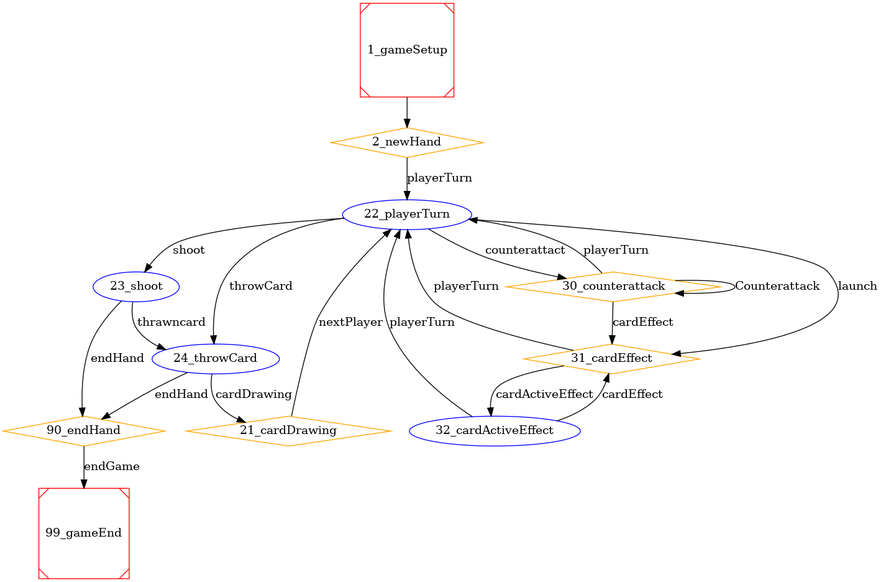
Above: graph.png in Leocheung0725/bga-aniversus (Graphviz), before the change. Its source is kept beside it as graph.dot.
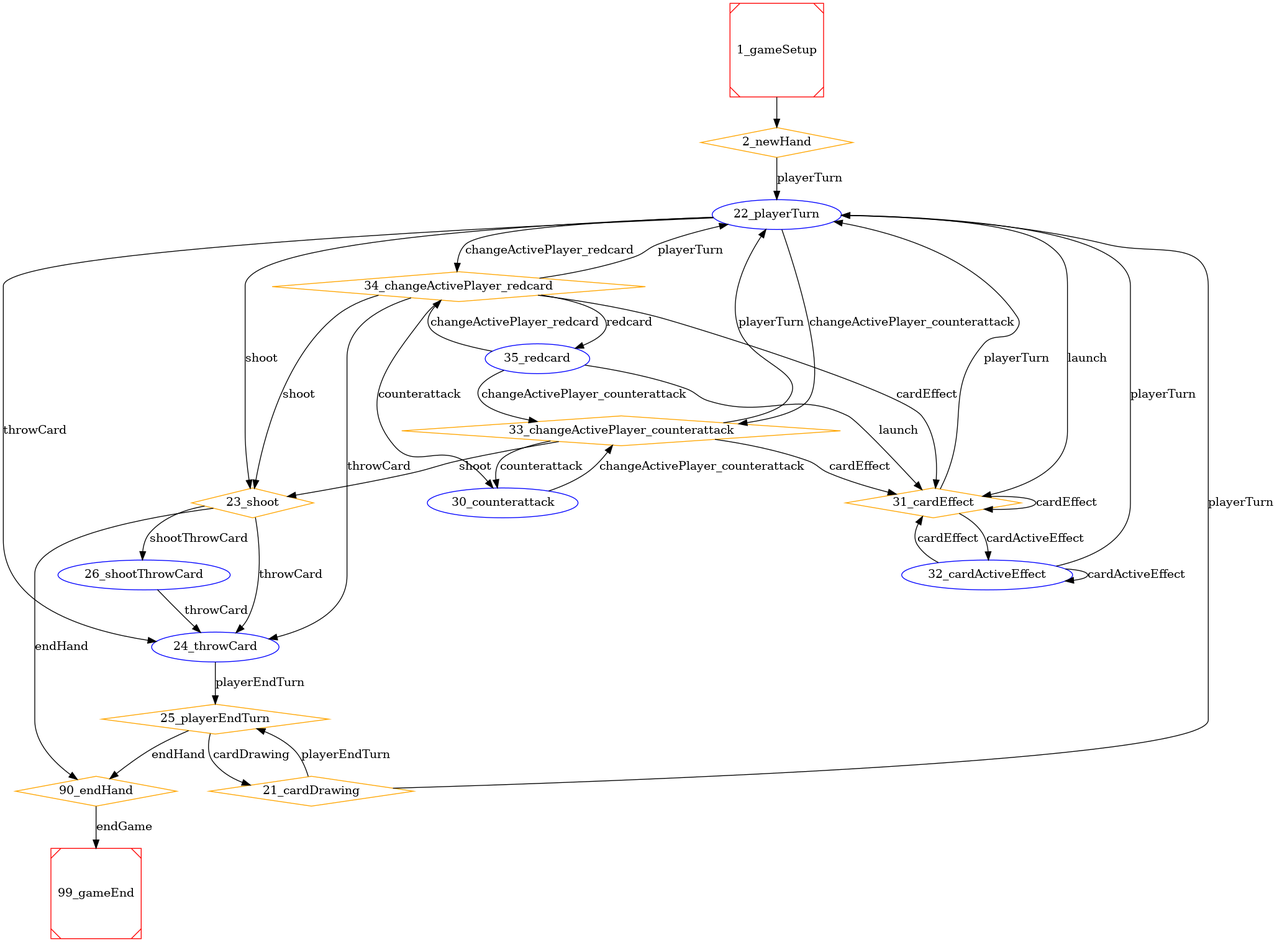
Later version of the same file.

The edit, as a diff of the source:
```diff
@@ -3,30 +3,53 @@
 n2 [label="2_newHand" color=orange shape=diamond];
 n21 [label="21_cardDrawing" color=orange shape=diamond];
 n22 [label="22_playerTurn" color=blue shape=ellipse];
-n23 [label="23_shoot" color=blue shape=ellipse];
+n23 [label="23_shoot" color=orange shape=diamond];
 n24 [label="24_throwCard" color=blue shape=ellipse];
-n30 [label="30_counterattack" color=orange shape=diamond];
+n25 [label="25_playerEndTurn" color=orange shape=diamond];
+n26 [label="26_shootThrowCard" color=blue shape=ellipse];
+n30 [label="30_counterattack" color=blue shape=ellipse];
 n31 [label="31_cardEffect" color=orange shape=diamond];
 n32 [label="32_cardActiveEffect" color=blue shape=ellipse];
+n33 [label="33_changeActivePlayer_counterattack" color=orange shape=diamond];
+n34 [label="34_changeActivePlayer_redcard" color=orange shape=diamond];
+n35 [label="35_redcard" color=blue shape=ellipse];
 n90 [label="90_endHand" color=orange shape=diamond];
 n99 [label="99_gameEnd" color=red shape=Msquare];
 n1 -> n2 [label=""];
 n2 -> n22 [label="playerTurn"];
-n21 -> n22 [label="nextPlayer"];
-n22 -> n30 [label="counterattact"];
+n21 -> n22 [label="playerTurn"];
+n21 -> n25 [label="playerEndTurn"];
+n22 -> n33 [label="changeActivePlayer_counterattack"];
 n22 -> n31 [label="launch"];
 n22 -> n23 [label="shoot"];
 n22 -> n24 [label="throwCard"];
-n23 -> n24 [label="thrawncard"];
+n22 -> n34 [label="changeActivePlayer_redcard"];
+n23 -> n24 [label="throwCard"];
 n23 -> n90 [label="endHand"];
-n24 -> n21 [label="cardDrawing"];
-n24 -> n90 [label="endHand"];
-n30 -> n22 [label="playerTurn"];
-n30 -> n30 [label="Counterattack"];
-n30 -> n31 [label="cardEffect"];
+n23 -> n26 [label="shootThrowCard"];
+n24 -> n25 [label="playerEndTurn"];
+n25 -> n21 [label="cardDrawing"];
+n25 -> n90 [label="endHand"];
+n26 -> n24 [label="throwCard"];
+n30 -> n33 [label="changeActivePlayer_counterattack"];
 n31 -> n22 [label="playerTurn"];
 n31 -> n32 [label="cardActiveEffect"];
+n31 -> n31 [label="cardEffect"];
 n32 -> n22 [label="playerTurn"];
 n32 -> n31 [label="cardEffect"];
+n32 -> n32 [label="cardActiveEffect"];
+n33 -> n30 [label="counterattack"];
+n33 -> n31 [label="cardEffect"];
+n33 -> n22 [label="playerTurn"];
+n33 -> n23 [label="shoot"];
+n34 -> n30 [label="counterattack"];
+n34 -> n31 [label="cardEffect"];
+n34 -> n22 [label="playerTurn"];
+n34 -> n23 [label="shoot"];
+n34 -> n24 [label="throwCard"];
+n34 -> n35 [label="redcard"];
+n35 -> n34 [label="changeActivePlayer_redcard"];
+n35 -> n31 [label="launch"];
+n35 -> n33 [label="changeActivePlayer_counterattack"];
 n90 -> n99 [label="endGame"];
 }
```
